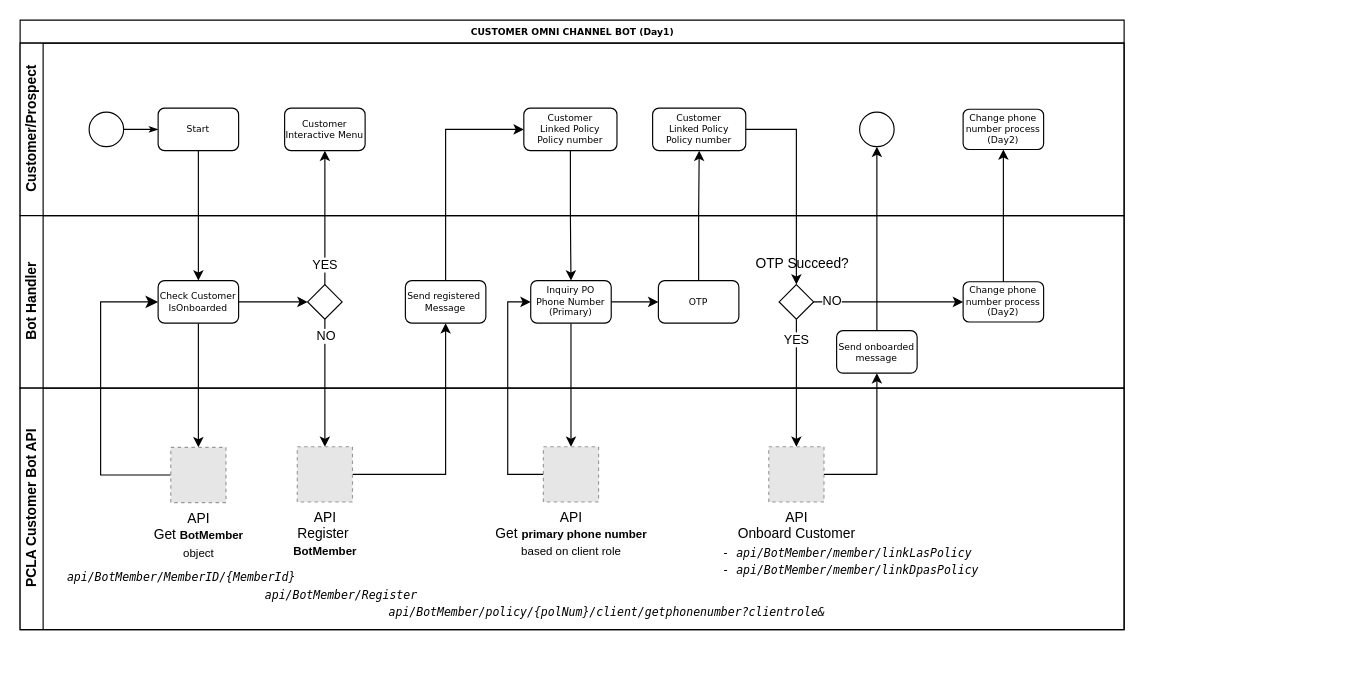
Above: Customer Omni Channel Bot.drawio in sovanminea/pru (draw.io), before the change. Source tidied: cells renumbered, new cells numbered last; positions are measured from the earlier drawing's top-left corner, leaving out a move shared by most shapes. Both pictures are drawn from the tidied source at 115%, with x=0, y=0 at pixel (20, 20). Pictures stored in the file or linked from it are replaced by grey dashed boxes.
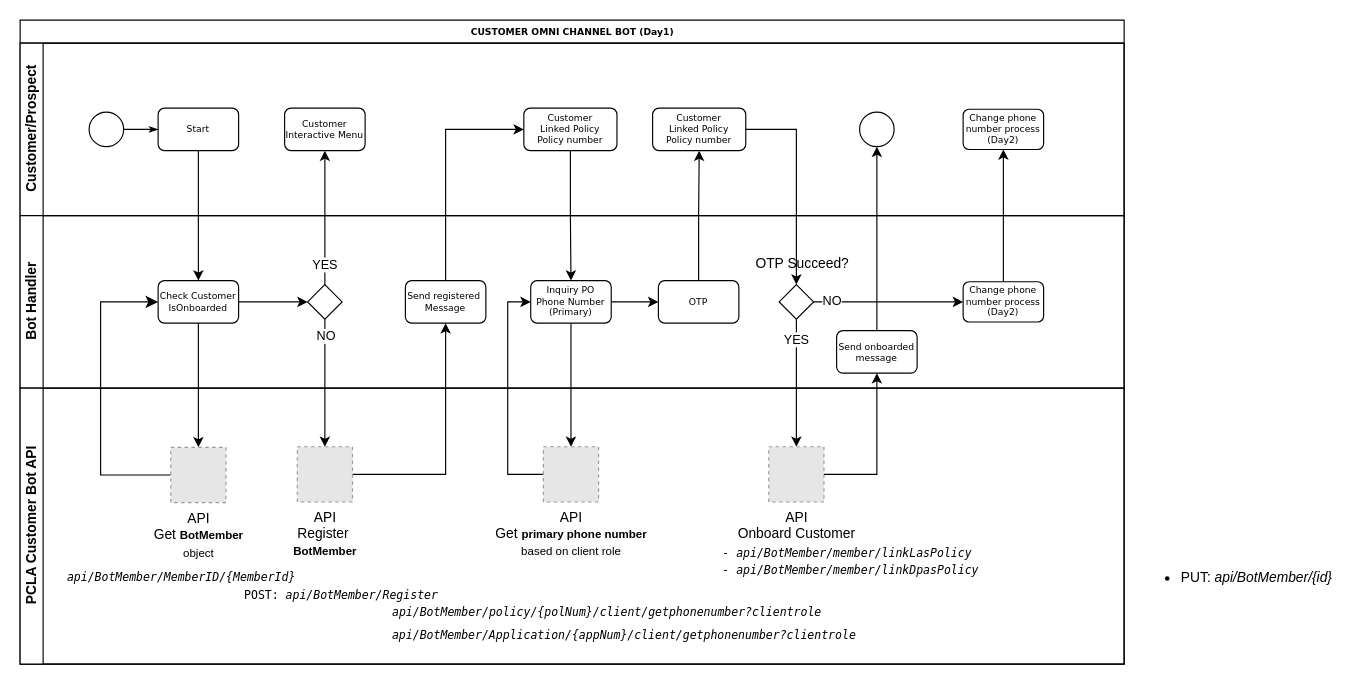
The same page after the edit.

Change to the diagram source:
```diff
@@
     <mxCell id="2" value="CUSTOMER OMNI CHANNEL BOT (Day1)" style="swimlane;html=1;horizontal=1;startSize=20;rounded=0;shadow=0;labelBackgroundColor=none;strokeWidth=1;fontFamily=Verdana;fontSize=8;align=center;" parent="1" vertex="1">
-      <mxGeometry width="960" height="530" as="geometry" />
+      <mxGeometry width="960" height="560" as="geometry" />
     </mxCell>
@@
     <mxCell id="42" value="PCLA Customer Bot API" style="swimlane;html=1;startSize=20;horizontal=0;" parent="2" vertex="1">
-      <mxGeometry y="320" width="960" height="210" as="geometry" />
+      <mxGeometry y="320" width="960" height="240" as="geometry" />
     </mxCell>
@@
-    <mxCell id="46" value="&lt;i&gt;&lt;font style=&quot;font-size: 10px;&quot; face=&quot;Lucida Console&quot;&gt;api/BotMember/Register&lt;/font&gt;&lt;/i&gt;" style="text;html=1;align=center;verticalAlign=middle;strokeColor=none;fillColor=none;" parent="42" vertex="1">
-      <mxGeometry x="199" y="165" width="160" height="30" as="geometry" />
+    <mxCell id="46" value="&lt;font style=&quot;font-size: 10px;&quot; face=&quot;Lucida Console&quot;&gt;POST:&lt;i&gt; api/BotMember/Register&lt;/i&gt;&lt;/font&gt;" style="text;html=1;align=center;verticalAlign=middle;strokeColor=none;fillColor=none;" parent="42" vertex="1">
+      <mxGeometry x="184" y="165" width="190" height="30" as="geometry" />
     </mxCell>
@@
-    <mxCell id="48" value="&lt;i&gt;&lt;font style=&quot;font-size: 10px;&quot; face=&quot;Lucida Console&quot;&gt;api/BotMember/policy/{polNum}/client/getphonenumber?clientrole&amp;amp;&lt;/font&gt;&lt;/i&gt;" style="text;html=1;align=center;verticalAlign=middle;strokeColor=none;fillColor=none;" parent="42" vertex="1">
+    <mxCell id="48" value="&lt;i&gt;&lt;font style=&quot;font-size: 10px;&quot; face=&quot;Lucida Console&quot;&gt;api/BotMember/policy/{polNum}/client/getphonenumber?clientrole&lt;/font&gt;&lt;/i&gt;" style="text;html=1;align=center;verticalAlign=middle;strokeColor=none;fillColor=none;" parent="42" vertex="1">
       <mxGeometry x="310" y="180" width="400" height="30" as="geometry" />
     </mxCell>
@@
+    <mxCell id="53" value="&lt;i&gt;&lt;font style=&quot;font-size: 10px;&quot; face=&quot;Lucida Console&quot;&gt;api/BotMember/Application/{appNum}/client/getphonenumber?clientrole&lt;/font&gt;&lt;/i&gt;" style="text;html=1;align=center;verticalAlign=middle;strokeColor=none;fillColor=none;" parent="42" vertex="1">
+      <mxGeometry x="310" y="200" width="430" height="30" as="geometry" />
+    </mxCell>
@@
+    <mxCell id="54" value="&lt;ul&gt;&lt;li&gt;PUT:&amp;nbsp;&lt;i&gt;api/BotMember/{id}&lt;/i&gt;&lt;/li&gt;&lt;/ul&gt;" style="text;html=1;align=center;verticalAlign=middle;strokeColor=none;fillColor=none;" parent="1" vertex="1">
+      <mxGeometry x="960" y="460" width="190" height="50" as="geometry" />
+    </mxCell>
```
